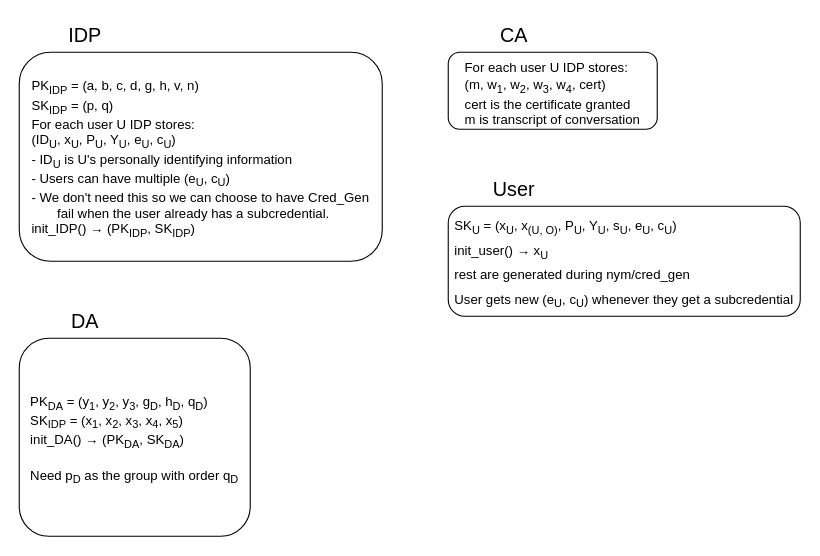
Above: page "Public/Private Keys" (1 of 5) of doc/Updated Protocols.drawio in JacobGorman613/cl-api (draw.io), before the change. Source tidied: cells renumbered, new cells numbered last; positions are measured from the earlier drawing's top-left corner, leaving out a move shared by most shapes. Both pictures are drawn from the tidied source at 110%, with x=0, y=0 at pixel (19, 19).
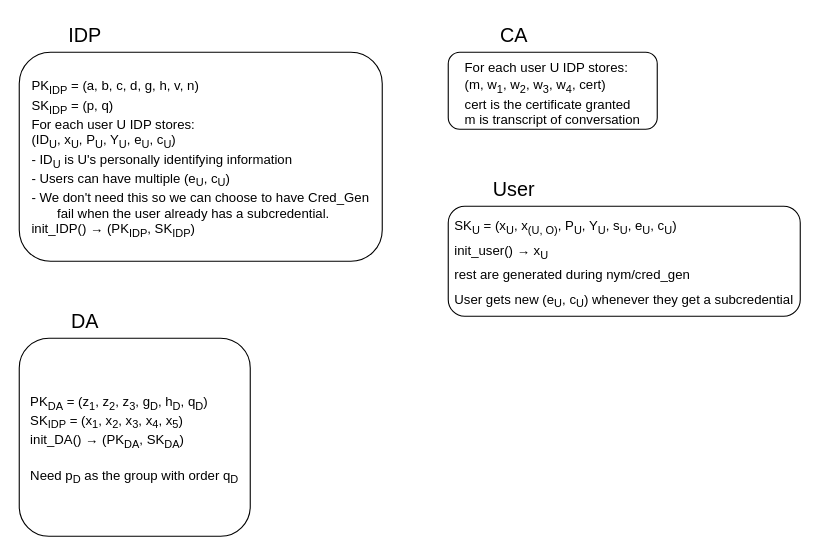
The same diagram, later.

Commit message (it also covers changes not shown here):
removed redundant parentheses and refactored pk_da variable names, updated diagram accordingly

What changed in the source:
```diff
@@
 <mxGraphModel>
   <root>
     <mxCell id="0" />
     <mxCell id="1" parent="0" />
     <mxCell id="2" value="&lt;font style=&quot;font-size: 18px;&quot;&gt;IDP&lt;/font&gt;" style="text;html=1;strokeColor=none;fillColor=none;align=center;verticalAlign=middle;whiteSpace=wrap;rounded=0;" parent="1" vertex="1">
       <mxGeometry x="30" width="60" height="30" as="geometry" />
     </mxCell>
     <mxCell id="3" value="&lt;div style=&quot;text-align: left;&quot;&gt;&lt;font style=&quot;font-size: 12px;&quot;&gt;&lt;span style=&quot;background-color: initial;&quot;&gt;PK&lt;/span&gt;&lt;sub style=&quot;background-color: initial;&quot;&gt;IDP&lt;/sub&gt;&lt;span style=&quot;background-color: initial;&quot;&gt;&amp;nbsp;= (a, b, c, d, g, h, v, n)&lt;/span&gt;&lt;/font&gt;&lt;/div&gt;&lt;font style=&quot;font-size: 12px;&quot;&gt;&lt;div style=&quot;text-align: left;&quot;&gt;&lt;span style=&quot;background-color: initial;&quot;&gt;SK&lt;/span&gt;&lt;sub style=&quot;background-color: initial;&quot;&gt;IDP&lt;/sub&gt;&lt;span style=&quot;background-color: initial;&quot;&gt;&amp;nbsp;= (p, q)&lt;/span&gt;&lt;/div&gt;&lt;div style=&quot;text-align: left;&quot;&gt;&lt;span style=&quot;background-color: initial;&quot;&gt;For each user U IDP stores:&lt;/span&gt;&lt;/div&gt;&lt;div style=&quot;text-align: left;&quot;&gt;&lt;span style=&quot;background-color: initial;&quot;&gt;(ID&lt;sub&gt;U&lt;/sub&gt;, x&lt;sub&gt;U&lt;/sub&gt;, P&lt;sub&gt;U&lt;/sub&gt;, Y&lt;sub&gt;U&lt;/sub&gt;, e&lt;sub&gt;U&lt;/sub&gt;, c&lt;sub&gt;U&lt;/sub&gt;)&lt;/span&gt;&lt;/div&gt;&lt;div style=&quot;text-align: left;&quot;&gt;&lt;span style=&quot;background-color: initial;&quot;&gt;- ID&lt;sub&gt;U&lt;/sub&gt;&amp;nbsp;is U's personally identifying information&lt;/span&gt;&lt;/div&gt;&lt;div style=&quot;text-align: left;&quot;&gt;- Users can have multiple (e&lt;sub&gt;U&lt;/sub&gt;, c&lt;sub&gt;U&lt;/sub&gt;)&lt;/div&gt;&lt;div style=&quot;text-align: left;&quot;&gt;- We don't need this so we can choose to have Cred_Gen&lt;/div&gt;&lt;div style=&quot;text-align: left;&quot;&gt;&amp;nbsp; &amp;nbsp; &amp;nbsp; &amp;nbsp;fail when the user already has a subcredential.&lt;/div&gt;&lt;div style=&quot;text-align: left;&quot;&gt;init_IDP()&amp;nbsp;→&amp;nbsp;(PK&lt;sub&gt;IDP&lt;/sub&gt;, SK&lt;sub&gt;IDP&lt;/sub&gt;)&lt;/div&gt;&lt;/font&gt;" style="rounded=1;whiteSpace=wrap;html=1;fontSize=18;" parent="1" vertex="1">
       <mxGeometry y="30" width="330" height="190" as="geometry" />
     </mxCell>
     <mxCell id="4" value="&lt;font style=&quot;font-size: 18px;&quot;&gt;CA&lt;/font&gt;" style="text;html=1;strokeColor=none;fillColor=none;align=center;verticalAlign=middle;whiteSpace=wrap;rounded=0;" parent="1" vertex="1">
       <mxGeometry x="420" width="60" height="30" as="geometry" />
     </mxCell>
     <mxCell id="5" value="&lt;div style=&quot;text-align: left;&quot;&gt;&lt;span style=&quot;background-color: initial; font-size: 12px;&quot;&gt;For each user U IDP stores:&lt;/span&gt;&lt;br&gt;&lt;/div&gt;&lt;font style=&quot;font-size: 12px;&quot;&gt;&lt;div style=&quot;text-align: left;&quot;&gt;&lt;span style=&quot;background-color: initial;&quot;&gt;(m, w&lt;sub&gt;1&lt;/sub&gt;, w&lt;sub&gt;2&lt;/sub&gt;, w&lt;sub&gt;3&lt;/sub&gt;, w&lt;sub&gt;4&lt;/sub&gt;, cert)&lt;/span&gt;&lt;/div&gt;&lt;div style=&quot;text-align: left;&quot;&gt;cert is the certificate granted&lt;/div&gt;&lt;div style=&quot;text-align: left;&quot;&gt;m is transcript of conversation&lt;/div&gt;&lt;/font&gt;" style="rounded=1;whiteSpace=wrap;html=1;fontSize=18;" parent="1" vertex="1">
       <mxGeometry x="390" y="30" width="190" height="70" as="geometry" />
     </mxCell>
     <mxCell id="6" value="&lt;font style=&quot;font-size: 18px;&quot;&gt;User&lt;/font&gt;" style="text;html=1;strokeColor=none;fillColor=none;align=center;verticalAlign=middle;whiteSpace=wrap;rounded=0;" parent="1" vertex="1">
       <mxGeometry x="420" y="140" width="60" height="30" as="geometry" />
     </mxCell>
     <mxCell id="7" value="&lt;div style=&quot;text-align: left;&quot;&gt;&lt;span style=&quot;font-size: 12px;&quot;&gt;SK&lt;sub&gt;U&lt;/sub&gt;&amp;nbsp;= (x&lt;sub&gt;U&lt;/sub&gt;, x&lt;sub&gt;(U, O)&lt;/sub&gt;, P&lt;sub&gt;U&lt;/sub&gt;, Y&lt;sub&gt;U&lt;/sub&gt;, s&lt;sub&gt;U&lt;/sub&gt;, e&lt;sub&gt;U&lt;/sub&gt;, c&lt;sub&gt;U&lt;/sub&gt;)&lt;/span&gt;&lt;/div&gt;&lt;div style=&quot;text-align: left;&quot;&gt;&lt;span style=&quot;font-size: 12px;&quot;&gt;init_user()&amp;nbsp;&lt;/span&gt;&lt;span style=&quot;background-color: initial; font-size: 12px;&quot;&gt;→ x&lt;sub&gt;U&lt;/sub&gt;&amp;nbsp;&lt;/span&gt;&lt;/div&gt;&lt;div style=&quot;text-align: left;&quot;&gt;&lt;span style=&quot;background-color: initial; font-size: 12px;&quot;&gt;rest are generated during nym/cred_gen&lt;/span&gt;&lt;/div&gt;&lt;div style=&quot;text-align: left;&quot;&gt;&lt;span style=&quot;font-size: 12px;&quot;&gt;User gets new (e&lt;sub&gt;U&lt;/sub&gt;, c&lt;sub&gt;U&lt;/sub&gt;) whenever they get a subcredential&lt;/span&gt;&lt;/div&gt;" style="rounded=1;whiteSpace=wrap;html=1;fontSize=18;" parent="1" vertex="1">
       <mxGeometry x="390" y="170" width="320" height="100" as="geometry" />
     </mxCell>
     <mxCell id="8" value="&lt;font style=&quot;font-size: 18px;&quot;&gt;DA&lt;/font&gt;" style="text;html=1;strokeColor=none;fillColor=none;align=center;verticalAlign=middle;whiteSpace=wrap;rounded=0;" parent="1" vertex="1">
       <mxGeometry x="30" y="260" width="60" height="30" as="geometry" />
     </mxCell>
-    <mxCell id="9" value="&lt;div style=&quot;text-align: left;&quot;&gt;&lt;font style=&quot;font-size: 12px;&quot;&gt;&lt;span style=&quot;background-color: initial;&quot;&gt;PK&lt;/span&gt;&lt;sub style=&quot;background-color: initial;&quot;&gt;DA&lt;/sub&gt;&lt;span style=&quot;background-color: initial;&quot;&gt;&amp;nbsp;= (y&lt;sub&gt;1&lt;/sub&gt;, y&lt;sub&gt;2&lt;/sub&gt;, y&lt;sub&gt;3&lt;/sub&gt;, g&lt;sub&gt;D&lt;/sub&gt;, h&lt;sub&gt;D&lt;/sub&gt;, q&lt;sub&gt;D&lt;/sub&gt;)&lt;/span&gt;&lt;/font&gt;&lt;/div&gt;&lt;font style=&quot;font-size: 12px;&quot;&gt;&lt;div style=&quot;text-align: left;&quot;&gt;&lt;span style=&quot;background-color: initial;&quot;&gt;SK&lt;/span&gt;&lt;sub style=&quot;background-color: initial;&quot;&gt;IDP&lt;/sub&gt;&lt;span style=&quot;background-color: initial;&quot;&gt;&amp;nbsp;= (x&lt;sub&gt;1&lt;/sub&gt;, x&lt;sub&gt;2&lt;/sub&gt;, x&lt;sub&gt;3&lt;/sub&gt;, x&lt;sub&gt;4&lt;/sub&gt;, x&lt;sub&gt;5&lt;/sub&gt;)&lt;/span&gt;&lt;/div&gt;&lt;div style=&quot;text-align: left;&quot;&gt;init_DA()&amp;nbsp;→&amp;nbsp;(PK&lt;sub&gt;DA&lt;/sub&gt;, SK&lt;sub&gt;DA&lt;/sub&gt;)&lt;span style=&quot;background-color: initial;&quot;&gt;&lt;br&gt;&lt;/span&gt;&lt;/div&gt;&lt;div style=&quot;text-align: left;&quot;&gt;&lt;br&gt;&lt;/div&gt;&lt;div style=&quot;text-align: left;&quot;&gt;Need p&lt;sub&gt;D&lt;/sub&gt;&amp;nbsp;as the group with order q&lt;sub&gt;D&lt;/sub&gt;&lt;/div&gt;&lt;/font&gt;" style="rounded=1;whiteSpace=wrap;html=1;fontSize=18;" parent="1" vertex="1">
+    <mxCell id="9" value="&lt;div style=&quot;text-align: left;&quot;&gt;&lt;font style=&quot;font-size: 12px;&quot;&gt;&lt;span style=&quot;background-color: initial;&quot;&gt;PK&lt;/span&gt;&lt;sub style=&quot;background-color: initial;&quot;&gt;DA&lt;/sub&gt;&lt;span style=&quot;background-color: initial;&quot;&gt;&amp;nbsp;= (z&lt;sub&gt;1&lt;/sub&gt;, z&lt;sub&gt;2&lt;/sub&gt;, z&lt;sub&gt;3&lt;/sub&gt;, g&lt;sub&gt;D&lt;/sub&gt;, h&lt;sub&gt;D&lt;/sub&gt;, q&lt;sub&gt;D&lt;/sub&gt;)&lt;/span&gt;&lt;/font&gt;&lt;/div&gt;&lt;font style=&quot;font-size: 12px;&quot;&gt;&lt;div style=&quot;text-align: left;&quot;&gt;&lt;span style=&quot;background-color: initial;&quot;&gt;SK&lt;/span&gt;&lt;sub style=&quot;background-color: initial;&quot;&gt;IDP&lt;/sub&gt;&lt;span style=&quot;background-color: initial;&quot;&gt;&amp;nbsp;= (x&lt;sub&gt;1&lt;/sub&gt;, x&lt;sub&gt;2&lt;/sub&gt;, x&lt;sub&gt;3&lt;/sub&gt;, x&lt;sub&gt;4&lt;/sub&gt;, x&lt;sub&gt;5&lt;/sub&gt;)&lt;/span&gt;&lt;/div&gt;&lt;div style=&quot;text-align: left;&quot;&gt;init_DA()&amp;nbsp;→&amp;nbsp;(PK&lt;sub&gt;DA&lt;/sub&gt;, SK&lt;sub&gt;DA&lt;/sub&gt;)&lt;span style=&quot;background-color: initial;&quot;&gt;&lt;br&gt;&lt;/span&gt;&lt;/div&gt;&lt;div style=&quot;text-align: left;&quot;&gt;&lt;br&gt;&lt;/div&gt;&lt;div style=&quot;text-align: left;&quot;&gt;Need p&lt;sub&gt;D&lt;/sub&gt;&amp;nbsp;as the group with order q&lt;sub&gt;D&lt;/sub&gt;&lt;/div&gt;&lt;/font&gt;" style="rounded=1;whiteSpace=wrap;html=1;fontSize=18;" parent="1" vertex="1">
       <mxGeometry y="290" width="210" height="180" as="geometry" />
     </mxCell>
   </root>
 </mxGraphModel>
```
